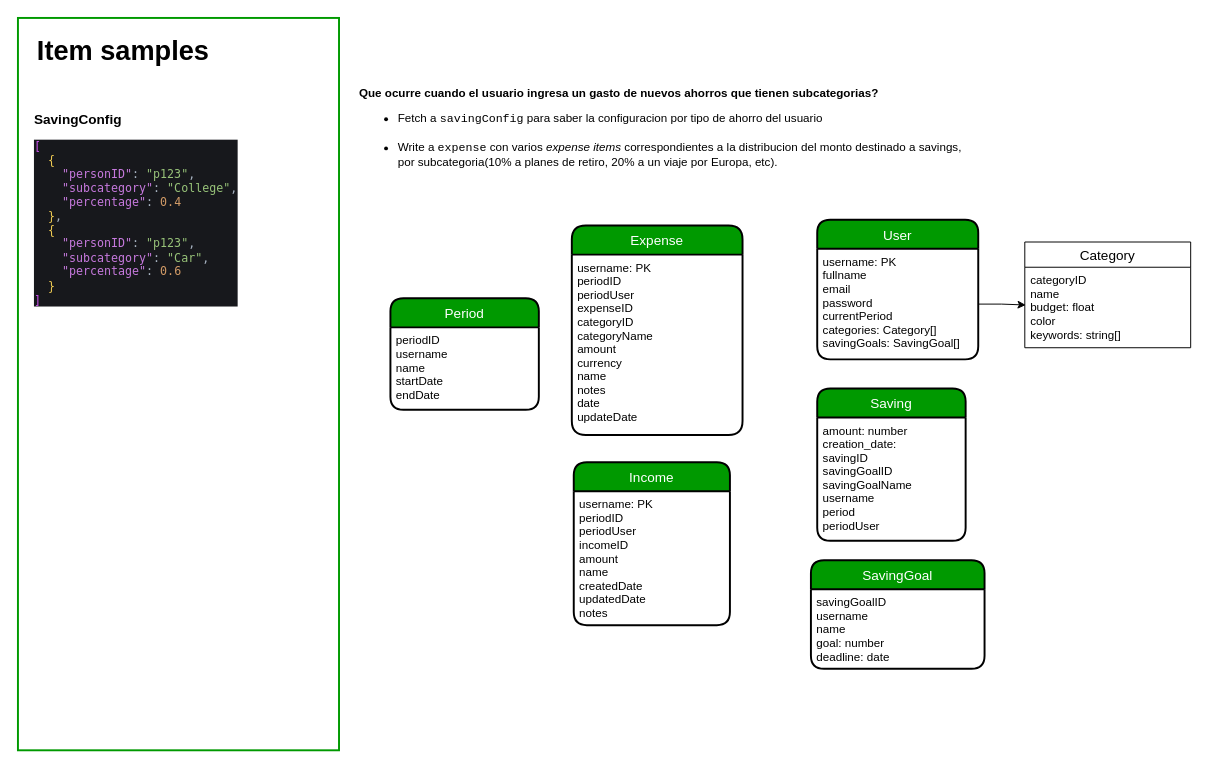
This is page "Data Model" (1 of 2) of diagrams/money-diagrams.drawio from JoelD7/money, a draw.io file, before an edit. Source tidied: cells renumbered, new cells numbered last; positions are measured from the earlier drawing's top-left corner, leaving out a move shared by most shapes. Both pictures are drawn from the tidied source at 97%, with x=0, y=0 at pixel (17, 17).
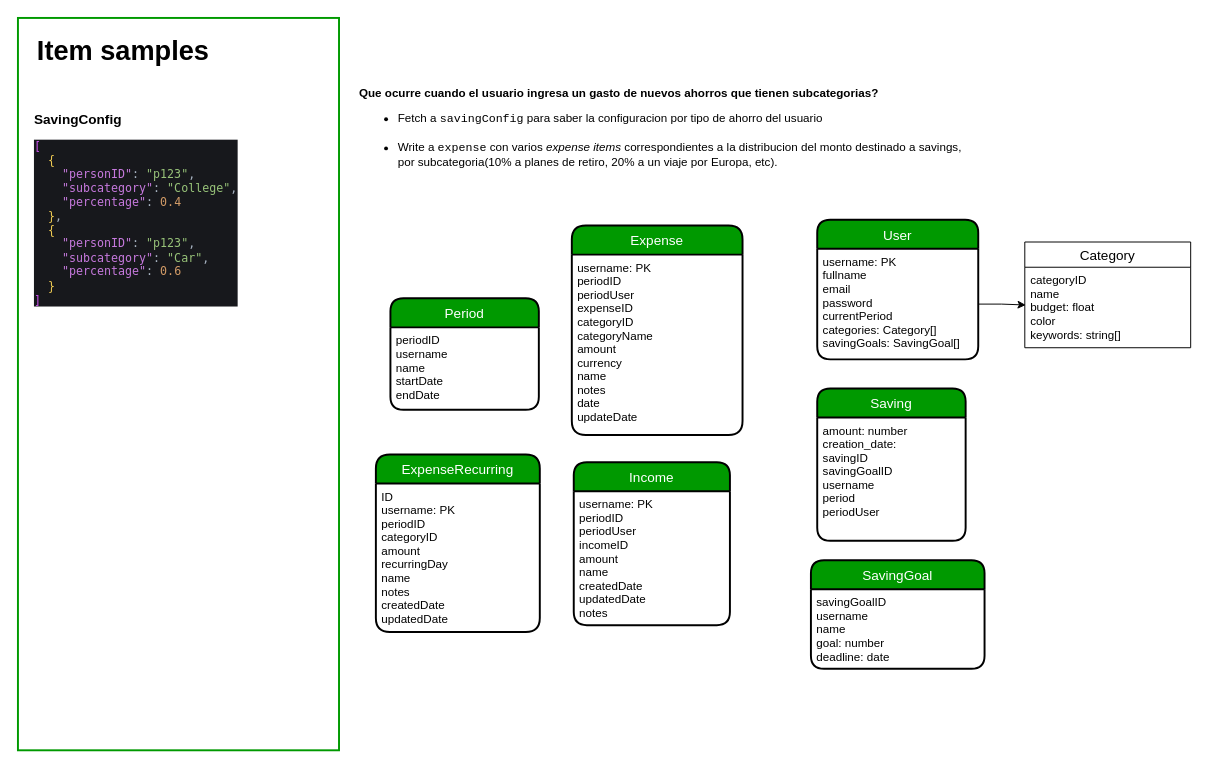
After the change.

Commit message (it also covers changes not shown here):
[frontend] Set up queries to get income from a period

The change refers to these unchanged cells:
```xml
<mxCell id="16" value="Saving" style="swimlane;horizontal=1;startSize=30;rounded=1;fontSize=14;fontStyle=0;strokeWidth=2;shadow=0;dashed=0;align=center;fillColor=#009900;fontColor=#FFFFFF;" parent="1" vertex="1">
  <mxGeometry x="824" y="382" width="153" height="157" as="geometry" />
</mxCell>
```

Diff of the diagram source:
```diff
@@
-    <mxCell id="17" value="amount: number&#10;creation_date:&#10;savingID&#10;savingGoalID&#10;savingGoalName&#10;username&#10;period&#10;periodUser&#10;&#10;" style="align=left;strokeColor=none;fillColor=none;spacingLeft=4;fontSize=12;verticalAlign=top;" parent="16" vertex="1">
+    <mxCell id="17" value="amount: number&#10;creation_date:&#10;savingID&#10;savingGoalID&#10;username&#10;period&#10;periodUser&#10;&#10;" style="align=left;strokeColor=none;fillColor=none;spacingLeft=4;fontSize=12;verticalAlign=top;" parent="16" vertex="1">
       <mxGeometry y="30" width="153" height="127" as="geometry" />
     </mxCell>
@@
+    <mxCell id="21" value="ExpenseRecurring" style="swimlane;horizontal=1;startSize=30;rounded=1;fontSize=14;fontStyle=0;strokeWidth=2;shadow=0;dashed=0;align=center;labelBackgroundColor=none;arcSize=16;labelBorderColor=none;swimlaneLine=1;swimlaneFillColor=none;gradientColor=none;gradientDirection=north;fillColor=#009900;fontColor=#FFFFFF;" parent="1" vertex="1">
+      <mxGeometry x="369" y="450" width="169" height="183" as="geometry" />
+    </mxCell>
+    <mxCell id="22" value="ID&#10;username: PK&#10;periodID&#10;categoryID&#10;amount&#10;recurringDay&#10;name&#10;notes&#10;createdDate&#10;updatedDate" style="align=left;strokeColor=none;fillColor=none;spacingLeft=4;fontSize=12;verticalAlign=top;" parent="21" vertex="1">
+      <mxGeometry y="30" width="169" height="153" as="geometry" />
+    </mxCell>
```
